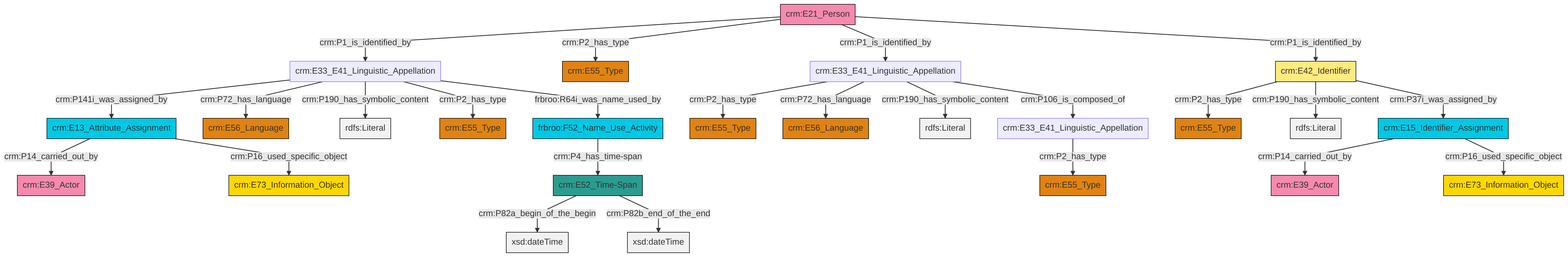
This is et/personCSV/ttl/mmd/png/Person_Names_and_Classification.png from swiss-art-research-net/reference-data-models, a Mermaid export, as it was before one commit. Its source is kept beside it as et/personCSV/ttl/mmd/Person_Names_and_Classification.ttl.mmd.
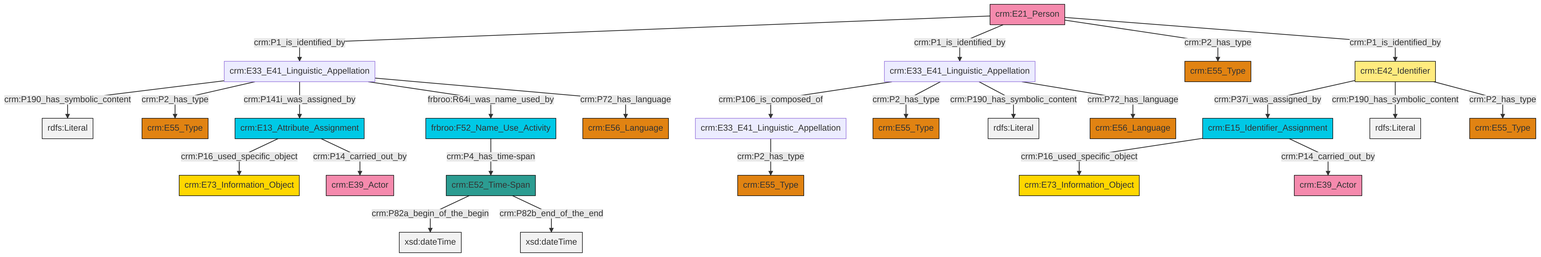
Above is the later version.

What changed in the source:
```diff
@@ -13,27 +13,27 @@
 classDef PC_Classes fill:#4ce600, stroke:#000000;
 classDef Multi fill:#cccccc,stroke:#000000;
 
-4["crm:E15_Identifier_Assignment"]:::Temporal_Entity -->|crm:P14_carried_out_by| 5["crm:E39_Actor"]:::Actor
-13["crm:E13_Attribute_Assignment"]:::Temporal_Entity -->|crm:P14_carried_out_by| 14["crm:E39_Actor"]:::Actor
-15["frbroo:F52_Name_Use_Activity"]:::Temporal_Entity -->|crm:P4_has_time-span| 16["crm:E52_Time-Span"]:::Time-Span
-17["crm:E33_E41_Linguistic_Appellation"]:::Default -->|crm:P141i_was_assigned_by| 13["crm:E13_Attribute_Assignment"]:::Temporal_Entity
-18["crm:E42_Identifier"]:::Appellation -->|crm:P2_has_type| 11["crm:E55_Type"]:::Type
-21["crm:E33_E41_Linguistic_Appellation"]:::Default -->|crm:P2_has_type| 0["crm:E55_Type"]:::Type
-21["crm:E33_E41_Linguistic_Appellation"]:::Default -->|crm:P72_has_language| 22["crm:E56_Language"]:::Type
-8["crm:E21_Person"]:::Actor -->|crm:P1_is_identified_by| 17["crm:E33_E41_Linguistic_Appellation"]:::Default
-8["crm:E21_Person"]:::Actor -->|crm:P2_has_type| 23["crm:E55_Type"]:::Type
-17["crm:E33_E41_Linguistic_Appellation"]:::Default -->|crm:P72_has_language| 29["crm:E56_Language"]:::Type
-4["crm:E15_Identifier_Assignment"]:::Temporal_Entity -->|crm:P16_used_specific_object| 19["crm:E73_Information_Object"]:::Conceptual_Object
-17["crm:E33_E41_Linguistic_Appellation"]:::Default -->|crm:P190_has_symbolic_content| 33[rdfs:Literal]:::Literal
-17["crm:E33_E41_Linguistic_Appellation"]:::Default -->|crm:P2_has_type| 34["crm:E55_Type"]:::Type
-2["crm:E33_E41_Linguistic_Appellation"]:::Default -->|crm:P2_has_type| 6["crm:E55_Type"]:::Type
-21["crm:E33_E41_Linguistic_Appellation"]:::Default -->|crm:P190_has_symbolic_content| 35[rdfs:Literal]:::Literal
-8["crm:E21_Person"]:::Actor -->|crm:P1_is_identified_by| 21["crm:E33_E41_Linguistic_Appellation"]:::Default
-16["crm:E52_Time-Span"]:::Time-Span -->|crm:P82a_begin_of_the_begin| 39[xsd:dateTime]:::Literal
-16["crm:E52_Time-Span"]:::Time-Span -->|crm:P82b_end_of_the_end| 40[xsd:dateTime]:::Literal
-18["crm:E42_Identifier"]:::Appellation -->|crm:P190_has_symbolic_content| 41[rdfs:Literal]:::Literal
-18["crm:E42_Identifier"]:::Appellation -->|crm:P37i_was_assigned_by| 4["crm:E15_Identifier_Assignment"]:::Temporal_Entity
-8["crm:E21_Person"]:::Actor -->|crm:P1_is_identified_by| 18["crm:E42_Identifier"]:::Appellation
-17["crm:E33_E41_Linguistic_Appellation"]:::Default -->|frbroo:R64i_was_name_used_by| 15["frbroo:F52_Name_Use_Activity"]:::Temporal_Entity
-13["crm:E13_Attribute_Assignment"]:::Temporal_Entity -->|crm:P16_used_specific_object| 37["crm:E73_Information_Object"]:::Conceptual_Object
-21["crm:E33_E41_Linguistic_Appellation"]:::Default -->|crm:P106_is_composed_of| 2["crm:E33_E41_Linguistic_Appellation"]:::Default
+0["crm:E42_Identifier"]:::Appellation -->|crm:P37i_was_assigned_by| 1["crm:E15_Identifier_Assignment"]:::Temporal_Entity
+4["crm:E33_E41_Linguistic_Appellation"]:::Default -->|crm:P106_is_composed_of| 5["crm:E33_E41_Linguistic_Appellation"]:::Default
+4["crm:E33_E41_Linguistic_Appellation"]:::Default -->|crm:P2_has_type| 6["crm:E55_Type"]:::Type
+7["crm:E13_Attribute_Assignment"]:::Temporal_Entity -->|crm:P16_used_specific_object| 8["crm:E73_Information_Object"]:::Conceptual_Object
+10["crm:E21_Person"]:::Actor -->|crm:P1_is_identified_by| 11["crm:E33_E41_Linguistic_Appellation"]:::Default
+1["crm:E15_Identifier_Assignment"]:::Temporal_Entity -->|crm:P16_used_specific_object| 2["crm:E73_Information_Object"]:::Conceptual_Object
+11["crm:E33_E41_Linguistic_Appellation"]:::Default -->|crm:P190_has_symbolic_content| 14[rdfs:Literal]:::Literal
+11["crm:E33_E41_Linguistic_Appellation"]:::Default -->|crm:P2_has_type| 16["crm:E55_Type"]:::Type
+0["crm:E42_Identifier"]:::Appellation -->|crm:P190_has_symbolic_content| 18[rdfs:Literal]:::Literal
+11["crm:E33_E41_Linguistic_Appellation"]:::Default -->|crm:P141i_was_assigned_by| 7["crm:E13_Attribute_Assignment"]:::Temporal_Entity
+0["crm:E42_Identifier"]:::Appellation -->|crm:P2_has_type| 24["crm:E55_Type"]:::Type
+11["crm:E33_E41_Linguistic_Appellation"]:::Default -->|frbroo:R64i_was_name_used_by| 25["frbroo:F52_Name_Use_Activity"]:::Temporal_Entity
+11["crm:E33_E41_Linguistic_Appellation"]:::Default -->|crm:P72_has_language| 27["crm:E56_Language"]:::Type
+7["crm:E13_Attribute_Assignment"]:::Temporal_Entity -->|crm:P14_carried_out_by| 21["crm:E39_Actor"]:::Actor
+4["crm:E33_E41_Linguistic_Appellation"]:::Default -->|crm:P190_has_symbolic_content| 36[rdfs:Literal]:::Literal
+37["crm:E52_Time-Span"]:::Time-Span -->|crm:P82a_begin_of_the_begin| 38[xsd:dateTime]:::Literal
+1["crm:E15_Identifier_Assignment"]:::Temporal_Entity -->|crm:P14_carried_out_by| 12["crm:E39_Actor"]:::Actor
+10["crm:E21_Person"]:::Actor -->|crm:P1_is_identified_by| 4["crm:E33_E41_Linguistic_Appellation"]:::Default
+10["crm:E21_Person"]:::Actor -->|crm:P2_has_type| 39["crm:E55_Type"]:::Type
+10["crm:E21_Person"]:::Actor -->|crm:P1_is_identified_by| 0["crm:E42_Identifier"]:::Appellation
+4["crm:E33_E41_Linguistic_Appellation"]:::Default -->|crm:P72_has_language| 29["crm:E56_Language"]:::Type
+25["frbroo:F52_Name_Use_Activity"]:::Temporal_Entity -->|crm:P4_has_time-span| 37["crm:E52_Time-Span"]:::Time-Span
+5["crm:E33_E41_Linguistic_Appellation"]:::Default -->|crm:P2_has_type| 34["crm:E55_Type"]:::Type
+37["crm:E52_Time-Span"]:::Time-Span -->|crm:P82b_end_of_the_end| 46[xsd:dateTime]:::Literal
```
